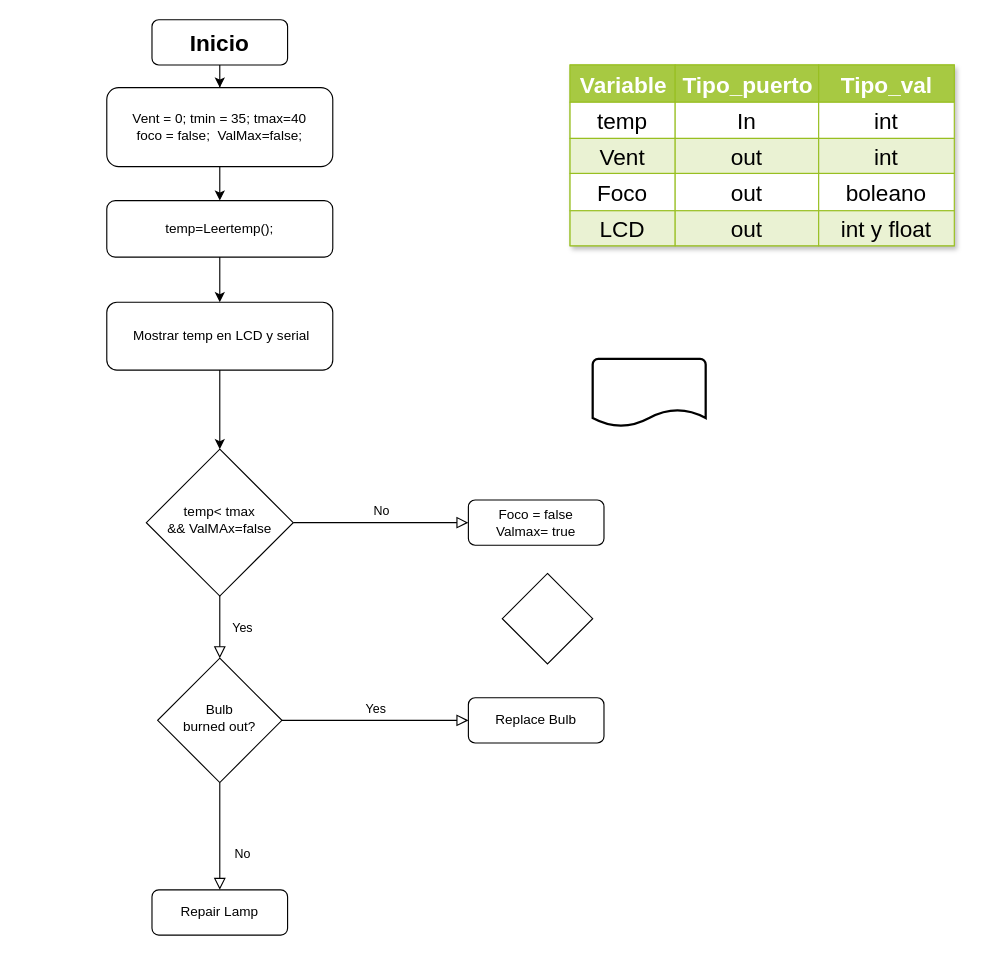
This is Control_temperatura.drawio from Haroldajnp21/Diagrama_De_flujo_Embembidos, a draw.io file, before an edit. Source tidied: cells renumbered, new cells numbered last; positions are measured from the earlier drawing's top-left corner, leaving out a move shared by most shapes. Both pictures are drawn from the tidied source at 113%, with x=0, y=0 at pixel (106, 19).
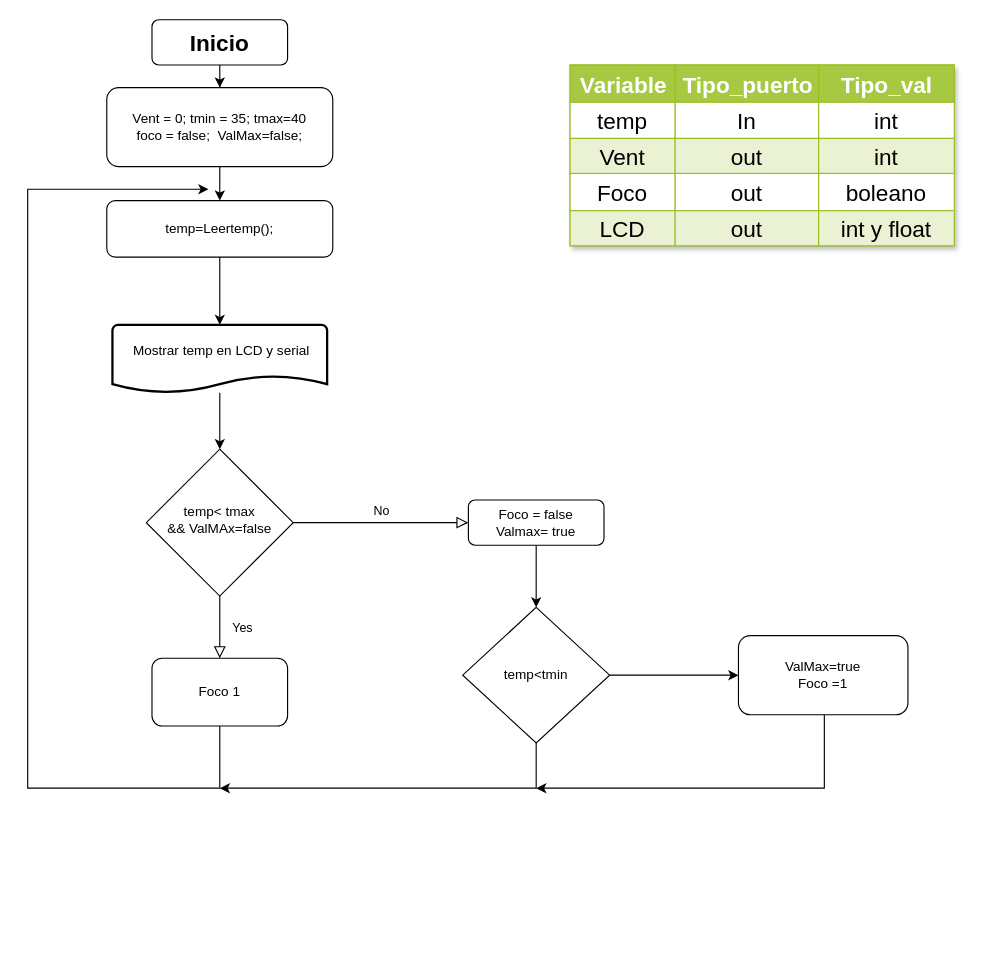
The same diagram, later.

Unchanged cells that the change refers to:
```xml
<mxCell id="6" value="&lt;div&gt;temp&amp;lt; tmax&lt;/div&gt;&lt;div&gt;&amp;amp;&amp;amp; ValMAx=false&lt;br&gt;&lt;/div&gt;" style="rhombus;whiteSpace=wrap;html=1;shadow=0;fontFamily=Helvetica;fontSize=12;align=center;strokeWidth=1;spacing=6;spacingTop=-4;" parent="1" vertex="1">
  <mxGeometry x="35" y="380" width="130" height="130" as="geometry" />
</mxCell>
<mxCell id="7" value="&lt;div&gt;Foco = false&lt;/div&gt;&lt;div&gt;Valmax= true&lt;br&gt;&lt;/div&gt;" style="rounded=1;whiteSpace=wrap;html=1;fontSize=12;glass=0;strokeWidth=1;shadow=0;" parent="1" vertex="1">
  <mxGeometry x="320" y="425" width="120" height="40" as="geometry" />
</mxCell>
<mxCell id="38" value="temp=Leertemp();" style="rounded=1;whiteSpace=wrap;html=1;" parent="1" vertex="1">
  <mxGeometry y="160" width="200" height="50" as="geometry" />
</mxCell>
```

What changed in the source:
```diff
@@
-    <mxCell id="4" value="Yes" style="rounded=0;html=1;jettySize=auto;fontSize=11;endArrow=block;endFill=0;endSize=8;strokeWidth=1;shadow=0;labelBackgroundColor=none;edgeStyle=orthogonalEdgeStyle;" parent="1" edge="1" source="6" target="10">
-      <mxGeometry y="20" relative="1" as="geometry" />
+    <mxCell id="4" value="Yes" style="rounded=0;html=1;jettySize=auto;fontSize=11;endArrow=block;endFill=0;endSize=8;strokeWidth=1;shadow=0;labelBackgroundColor=none;edgeStyle=orthogonalEdgeStyle;" parent="1" edge="1" source="6">
+      <mxGeometry y="20" relative="1" as="geometry">
+        <mxPoint x="100" y="565" as="targetPoint" />
+      </mxGeometry>
     </mxCell>
@@
+    <mxCell id="42" style="edgeStyle=orthogonalEdgeStyle;rounded=0;jettySize=auto;html=1;" parent="1" edge="1" source="7" target="41">
+      <mxGeometry relative="1" as="geometry" />
+    </mxCell>
@@
-    <mxCell id="8" value="No" style="rounded=0;html=1;jettySize=auto;fontSize=11;endArrow=block;endFill=0;endSize=8;strokeWidth=1;shadow=0;labelBackgroundColor=none;edgeStyle=orthogonalEdgeStyle;" parent="1" edge="1" source="10" target="11">
-      <mxGeometry x="0.33" y="20" relative="1" as="geometry" />
-    </mxCell>
-    <mxCell id="9" value="Yes" style="edgeStyle=orthogonalEdgeStyle;rounded=0;html=1;jettySize=auto;fontSize=11;endArrow=block;endFill=0;endSize=8;strokeWidth=1;shadow=0;labelBackgroundColor=none;" parent="1" edge="1" source="10" target="12">
-      <mxGeometry y="10" relative="1" as="geometry" />
-    </mxCell>
-    <mxCell id="10" value="Bulb&lt;br&gt;burned out?" style="rhombus;whiteSpace=wrap;html=1;shadow=0;fontFamily=Helvetica;fontSize=12;align=center;strokeWidth=1;spacing=6;spacingTop=-4;" parent="1" vertex="1">
-      <mxGeometry x="45" y="565" width="110" height="110" as="geometry" />
-    </mxCell>
-    <mxCell id="11" value="Repair Lamp" style="rounded=1;whiteSpace=wrap;html=1;fontSize=12;glass=0;strokeWidth=1;shadow=0;" parent="1" vertex="1">
-      <mxGeometry x="40" y="770" width="120" height="40" as="geometry" />
-    </mxCell>
-    <mxCell id="12" value="Replace Bulb" style="rounded=1;whiteSpace=wrap;html=1;fontSize=12;glass=0;strokeWidth=1;shadow=0;" parent="1" vertex="1">
-      <mxGeometry x="320" y="600" width="120" height="40" as="geometry" />
-    </mxCell>
+    <mxCell id="43" style="edgeStyle=orthogonalEdgeStyle;rounded=0;jettySize=auto;html=1;" parent="1" edge="1" source="13" target="6">
+      <mxGeometry relative="1" as="geometry" />
+    </mxCell>
-    <mxCell id="13" style="strokeWidth=2;html=1;shape=mxgraph.flowchart.document2;whiteSpace=wrap;size=0.25;" parent="1" vertex="1">
-      <mxGeometry x="430" y="300" width="100" height="60" as="geometry" />
+    <mxCell id="13" value="&#10;&amp;nbsp;Mostrar temp en LCD y serial &#10;&#10;" style="strokeWidth=2;html=1;shape=mxgraph.flowchart.document2;whiteSpace=wrap;size=0.25;" parent="1" vertex="1">
+      <mxGeometry x="5" y="270" width="190" height="60" as="geometry" />
     </mxCell>
@@
-    <mxCell id="37" style="edgeStyle=orthogonalEdgeStyle;rounded=0;jettySize=auto;html=1;" parent="1" edge="1" source="38" target="40">
-      <mxGeometry relative="1" as="geometry" />
-    </mxCell>
+    <mxCell id="44" style="edgeStyle=orthogonalEdgeStyle;rounded=0;jettySize=auto;html=1;" parent="1" edge="1" source="38" target="13">
+      <mxGeometry relative="1" as="geometry" />
+    </mxCell>
@@
-    <mxCell id="39" style="edgeStyle=orthogonalEdgeStyle;rounded=0;jettySize=auto;html=1;" parent="1" edge="1" source="40" target="6">
-      <mxGeometry relative="1" as="geometry" />
-    </mxCell>
-    <mxCell id="40" value="&amp;nbsp;Mostrar temp en LCD y serial " style="rounded=1;whiteSpace=wrap;html=1;" parent="1" vertex="1">
-      <mxGeometry y="250" width="200" height="60" as="geometry" />
-    </mxCell>
+    <mxCell id="45" style="edgeStyle=orthogonalEdgeStyle;rounded=0;jettySize=auto;html=1;" parent="1" edge="1" source="41" target="50">
+      <mxGeometry relative="1" as="geometry" />
+    </mxCell>
+    <mxCell id="46" style="edgeStyle=orthogonalEdgeStyle;rounded=0;jettySize=auto;html=1;" parent="1" edge="1" source="41">
+      <mxGeometry relative="1" as="geometry">
+        <mxPoint x="100" y="680" as="targetPoint" />
+        <Array as="points">
+          <mxPoint x="380" y="680" />
+        </Array>
+      </mxGeometry>
+    </mxCell>
-    <mxCell id="41" style="rhombus;whiteSpace=wrap;html=1;" parent="1" vertex="1">
-      <mxGeometry x="350" y="490" width="80" height="80" as="geometry" />
+    <mxCell id="41" value="temp&amp;lt;tmin" style="rhombus;whiteSpace=wrap;html=1;" parent="1" vertex="1">
+      <mxGeometry x="315" y="520" width="130" height="120" as="geometry" />
     </mxCell>
+    <mxCell id="47" style="edgeStyle=orthogonalEdgeStyle;rounded=0;jettySize=auto;html=1;" parent="1" edge="1" source="48">
+      <mxGeometry relative="1" as="geometry">
+        <mxPoint x="90" y="150" as="targetPoint" />
+        <Array as="points">
+          <mxPoint x="100" y="680" />
+          <mxPoint x="-70" y="680" />
+          <mxPoint x="-70" y="150" />
+        </Array>
+      </mxGeometry>
+    </mxCell>
+    <mxCell id="48" value="Foco 1" style="rounded=1;whiteSpace=wrap;html=1;" parent="1" vertex="1">
+      <mxGeometry x="40" y="565" width="120" height="60" as="geometry" />
+    </mxCell>
+    <mxCell id="49" style="edgeStyle=orthogonalEdgeStyle;rounded=0;jettySize=auto;html=1;" parent="1" edge="1" source="50">
+      <mxGeometry relative="1" as="geometry">
+        <mxPoint x="380" y="680" as="targetPoint" />
+        <Array as="points">
+          <mxPoint x="635" y="680" />
+        </Array>
+      </mxGeometry>
+    </mxCell>
+    <mxCell id="50" value="&lt;div&gt;ValMax=true&lt;/div&gt;&lt;div&gt;Foco =1&lt;br&gt;&lt;/div&gt;" style="rounded=1;whiteSpace=wrap;html=1;" parent="1" vertex="1">
+      <mxGeometry x="559" y="545" width="150" height="70" as="geometry" />
+    </mxCell>
```
